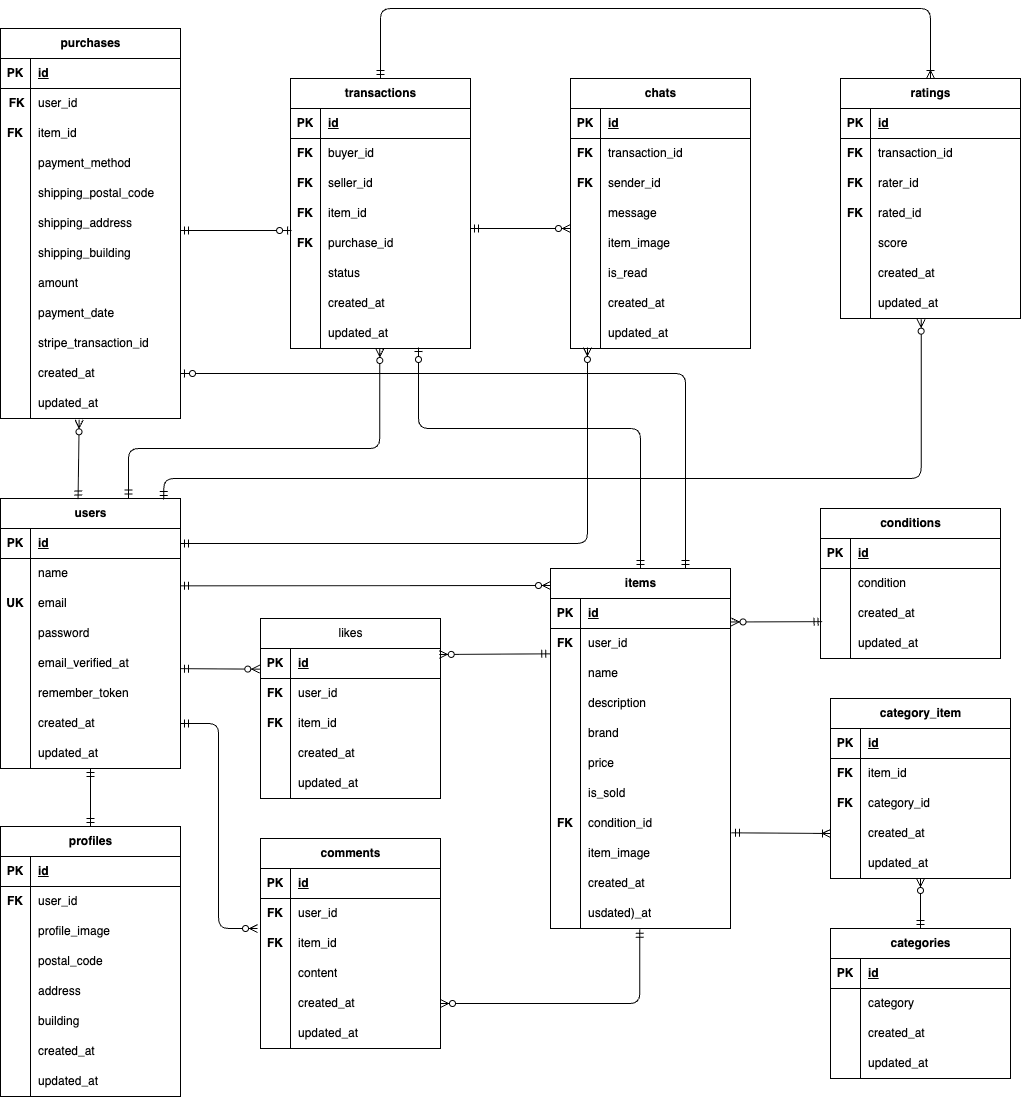
This is src/er.drawio.png from kvujic/flea-market-app, a draw.io export, as it was before one commit. Source tidied: cells renumbered, new cells last; positions are measured from the earlier drawing's top-left corner, leaving out a move shared by most shapes.
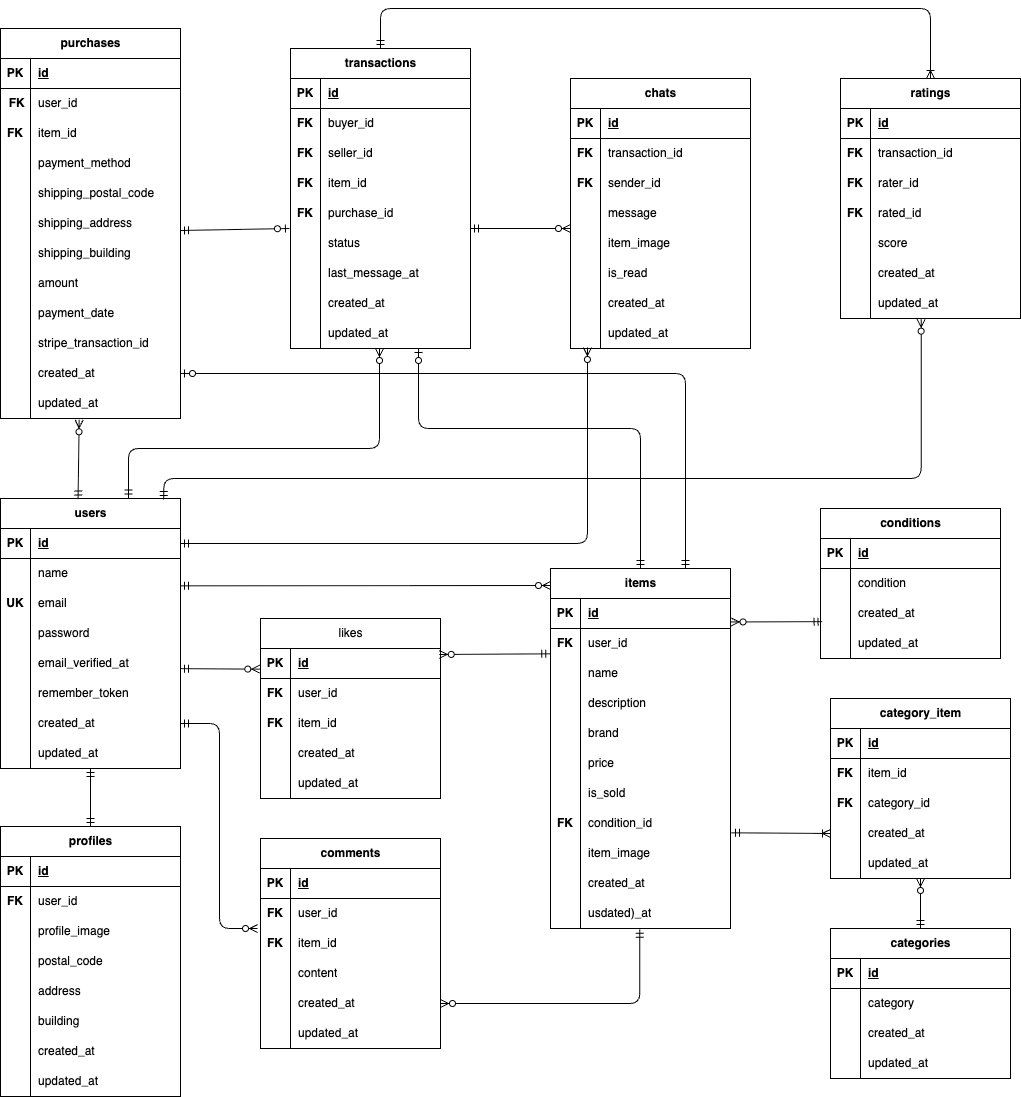
The same diagram one commit later.

Diff of the diagram source:
```diff
@@ -644,7 +644,7 @@
       </mxGeometry>
     </mxCell>
     <mxCell id="211" value="transactions" style="shape=table;startSize=30;rowLines=0;fontStyle=1;align=center;html=1;" parent="1" vertex="1">
-      <mxGeometry x="290" y="70" width="180" height="270" as="geometry" />
+      <mxGeometry x="290" y="40" width="180" height="300" as="geometry" />
     </mxCell>
     <mxCell id="212" style="shape=tableRow;horizontal=0;startSize=0;swimlaneHead=0;swimlaneBody=0;fillColor=none;top=0;left=0;right=0;bottom=1;" parent="211" vertex="1">
       <mxGeometry y="30" width="180" height="30" as="geometry" />
@@ -706,7 +706,7 @@
     <mxCell id="231" style="shape=partialRectangle;fillColor=none;top=0;left=0;bottom=0;right=0;overflow=hidden;whiteSpace=wrap;html=1;" parent="230" vertex="1">
       <mxGeometry width="30" height="30" as="geometry" />
     </mxCell>
-    <mxCell id="232" value="created_at" style="shape=partialRectangle;fillColor=none;top=0;left=0;bottom=0;right=0;align=left;spacingLeft=6;overflow=hidden;whiteSpace=wrap;html=1;" parent="230" vertex="1">
+    <mxCell id="232" value="last_message_at" style="shape=partialRectangle;fillColor=none;top=0;left=0;bottom=0;right=0;align=left;spacingLeft=6;overflow=hidden;whiteSpace=wrap;html=1;" parent="230" vertex="1">
       <mxGeometry x="30" width="150" height="30" as="geometry" />
     </mxCell>
     <mxCell id="233" style="shape=tableRow;horizontal=0;startSize=0;swimlaneHead=0;swimlaneBody=0;fillColor=none;points=[[0,0.5],[1,0.5]];portConstraint=eastwest;top=0;left=0;right=0;bottom=0;" parent="211" vertex="1">
@@ -715,9 +715,18 @@
     <mxCell id="234" style="shape=partialRectangle;fillColor=none;top=0;left=0;bottom=0;right=0;overflow=hidden;whiteSpace=wrap;html=1;" parent="233" vertex="1">
       <mxGeometry width="30" height="30" as="geometry" />
     </mxCell>
-    <mxCell id="235" value="updated_at" style="shape=partialRectangle;fillColor=none;top=0;left=0;bottom=0;right=0;align=left;spacingLeft=6;overflow=hidden;whiteSpace=wrap;html=1;" parent="233" vertex="1">
+    <mxCell id="235" value="created_at" style="shape=partialRectangle;fillColor=none;top=0;left=0;bottom=0;right=0;align=left;spacingLeft=6;overflow=hidden;whiteSpace=wrap;html=1;" parent="233" vertex="1">
       <mxGeometry x="30" width="150" height="30" as="geometry" />
     </mxCell>
+    <mxCell id="290" style="shape=tableRow;horizontal=0;startSize=0;swimlaneHead=0;swimlaneBody=0;fillColor=none;top=0;left=0;right=0;bottom=0;" parent="211" vertex="1">
+      <mxGeometry y="270" width="180" height="30" as="geometry" />
+    </mxCell>
+    <mxCell id="291" style="shape=partialRectangle;fillColor=none;top=0;left=0;bottom=0;right=0;overflow=hidden;whiteSpace=wrap;html=1;" parent="290" vertex="1">
+      <mxGeometry width="30" height="30" as="geometry" />
+    </mxCell>
+    <mxCell id="292" value="updated_at" style="shape=partialRectangle;fillColor=none;top=0;left=0;bottom=0;right=0;align=left;spacingLeft=6;overflow=hidden;whiteSpace=wrap;html=1;" parent="290" vertex="1">
+      <mxGeometry x="30" width="150" height="30" as="geometry" />
+    </mxCell>
     <mxCell id="236" value="ratings" style="shape=table;startSize=30;rowLines=0;fontStyle=1;align=center;html=1;" parent="1" vertex="1">
       <mxGeometry x="840" y="70" width="180" height="240" as="geometry" />
     </mxCell>
@@ -859,7 +868,7 @@
     <mxCell id="282" value="updated_at" style="shape=partialRectangle;fillColor=none;top=0;left=0;bottom=0;right=0;align=left;spacingLeft=6;overflow=hidden;whiteSpace=wrap;html=1;" parent="280" vertex="1">
       <mxGeometry x="30" width="150" height="30" as="geometry" />
     </mxCell>
-    <mxCell id="283" style="fontSize=12;html=1;endArrow=ERzeroToOne;startArrow=ERmandOne;entryX=0.006;entryY=1.067;entryDx=0;entryDy=0;entryPerimeter=0;" parent="1" edge="1" target="221">
+    <mxCell id="283" style="fontSize=12;html=1;endArrow=ERzeroToOne;startArrow=ERmandOne;entryX=-0.006;entryY=0;entryDx=0;entryDy=0;entryPerimeter=0;" parent="1" edge="1" target="227">
       <mxGeometry relative="1" as="geometry">
         <mxPoint x="180" y="222" as="sourcePoint" />
       </mxGeometry>
@@ -871,8 +880,9 @@
         </Array>
       </mxGeometry>
     </mxCell>
-    <mxCell id="285" style="edgeStyle=elbowEdgeStyle;fontSize=12;html=1;endArrow=ERzeroToMany;startArrow=ERmandOne;elbow=vertical;exitX=0.711;exitY=-0.002;exitDx=0;exitDy=0;exitPerimeter=0;entryX=0.496;entryY=1;entryDx=0;entryDy=0;entryPerimeter=0;" parent="1" edge="1" source="2" target="233">
+    <mxCell id="285" style="edgeStyle=elbowEdgeStyle;fontSize=12;html=1;endArrow=ERzeroToMany;startArrow=ERmandOne;elbow=vertical;exitX=0.711;exitY=-0.002;exitDx=0;exitDy=0;exitPerimeter=0;" parent="1" edge="1" source="2">
       <mxGeometry relative="1" as="geometry">
+        <mxPoint x="379" y="340" as="targetPoint" />
         <Array as="points">
           <mxPoint x="260" y="440" />
         </Array>
@@ -885,8 +895,9 @@
         </Array>
       </mxGeometry>
     </mxCell>
-    <mxCell id="287" style="edgeStyle=elbowEdgeStyle;fontSize=12;html=1;endArrow=ERzeroToOne;startArrow=ERmandOne;elbow=vertical;entryX=0.711;entryY=0.967;entryDx=0;entryDy=0;entryPerimeter=0;exitX=0.5;exitY=0;exitDx=0;exitDy=0;" parent="1" edge="1" source="52" target="233">
+    <mxCell id="287" style="edgeStyle=elbowEdgeStyle;fontSize=12;html=1;endArrow=ERzeroToOne;startArrow=ERmandOne;elbow=vertical;exitX=0.5;exitY=0;exitDx=0;exitDy=0;" parent="1" edge="1" source="52">
       <mxGeometry relative="1" as="geometry">
+        <mxPoint x="418" y="340" as="targetPoint" />
         <Array as="points">
           <mxPoint x="530" y="420" />
         </Array>
```
